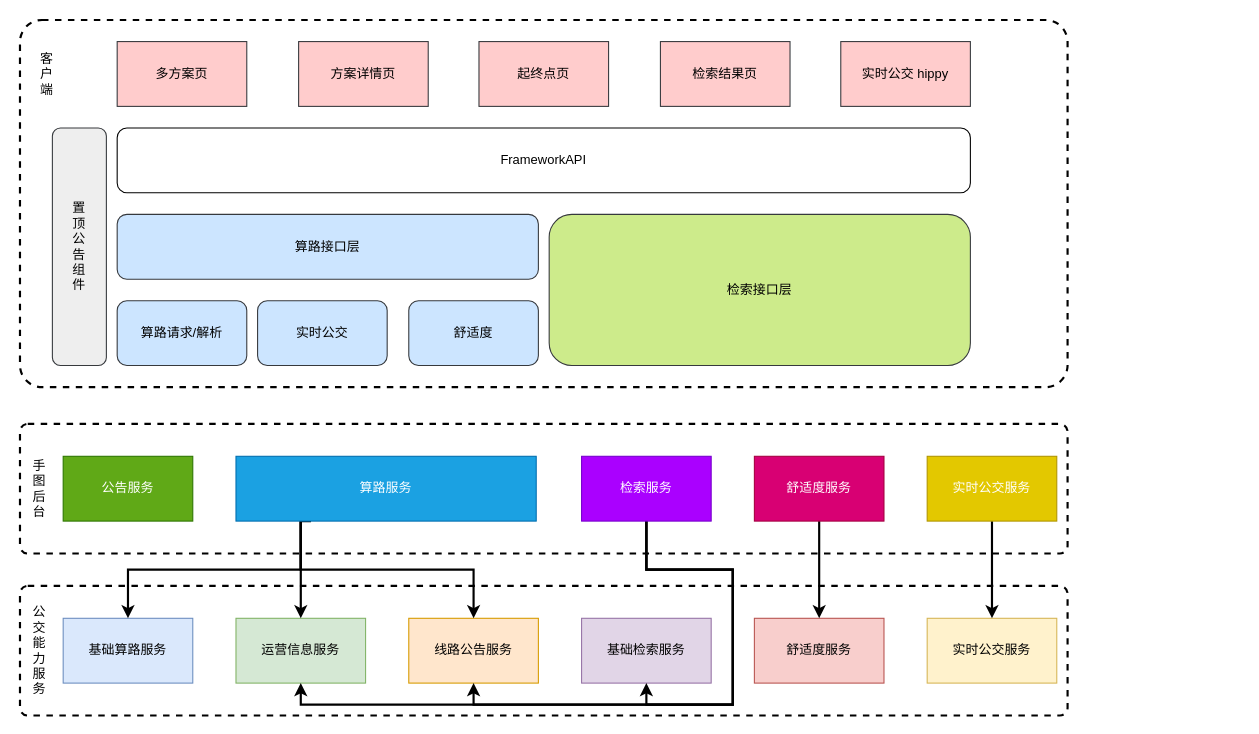
Above: page "算路动态数据框架" (4 of 7) of SD-routeCalculate.drawio in wangziji/graphics (draw.io), before the change. Source tidied: cells renumbered, new cells numbered last; positions are measured from the earlier drawing's top-left corner, leaving out a move shared by most shapes. Both pictures are drawn from the tidied source at 108%, with x=0, y=0 at pixel (19, 19).
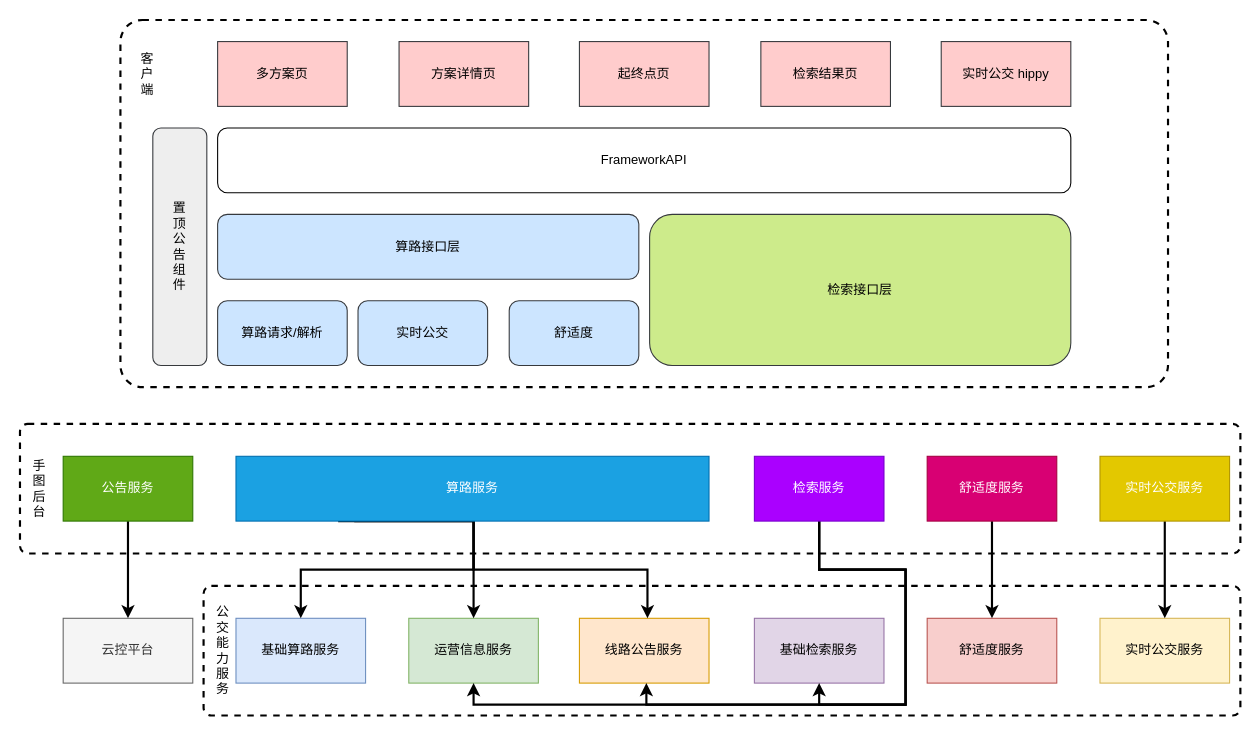
The same diagram, later.

The change refers to these unchanged cells:
```xml
<mxCell id="39" value="公告服务" style="rounded=0;whiteSpace=wrap;html=1;fillColor=#60a917;strokeColor=#2D7600;fontColor=#ffffff;" parent="1" vertex="1">
  <mxGeometry x="40" y="404" width="120" height="60" as="geometry" />
</mxCell>
```

What changed in the source:
```diff
@@
     <mxCell id="2" style="rounded=1;whiteSpace=wrap;html=1;strokeWidth=2;fillColor=none;dashed=1;arcSize=6;" parent="1" vertex="1">
-      <mxGeometry width="970" height="340" as="geometry" />
+      <mxGeometry x="93" width="970" height="340" as="geometry" />
     </mxCell>
     <mxCell id="3" style="rounded=1;whiteSpace=wrap;html=1;strokeWidth=2;fillColor=none;dashed=1;arcSize=6;" parent="1" vertex="1">
-      <mxGeometry y="374" width="970" height="120" as="geometry" />
+      <mxGeometry y="374" width="1130" height="120" as="geometry" />
     </mxCell>
     <mxCell id="4" style="rounded=1;whiteSpace=wrap;html=1;strokeWidth=2;fillColor=none;dashed=1;arcSize=6;" parent="1" vertex="1">
-      <mxGeometry y="524" width="970" height="120" as="geometry" />
+      <mxGeometry x="170" y="524" width="960" height="120" as="geometry" />
     </mxCell>
     <mxCell id="5" value="基础算路服务" style="rounded=0;whiteSpace=wrap;html=1;strokeWidth=1;fillColor=#dae8fc;strokeColor=#6c8ebf;" parent="1" vertex="1">
-      <mxGeometry x="40" y="554" width="120" height="60" as="geometry" />
+      <mxGeometry x="200" y="554" width="120" height="60" as="geometry" />
     </mxCell>
     <mxCell id="6" value="运营信息服务" style="rounded=0;whiteSpace=wrap;html=1;strokeWidth=1;fillColor=#d5e8d4;strokeColor=#82b366;" parent="1" vertex="1">
-      <mxGeometry x="200" y="554" width="120" height="60" as="geometry" />
+      <mxGeometry x="360" y="554" width="120" height="60" as="geometry" />
     </mxCell>
     <mxCell id="7" value="线路公告服务" style="rounded=0;whiteSpace=wrap;html=1;strokeWidth=1;fillColor=#ffe6cc;strokeColor=#d79b00;" parent="1" vertex="1">
-      <mxGeometry x="360" y="554" width="120" height="60" as="geometry" />
+      <mxGeometry x="518" y="554" width="120" height="60" as="geometry" />
     </mxCell>
     <mxCell id="8" value="实时公交服务" style="rounded=0;whiteSpace=wrap;html=1;strokeWidth=1;fillColor=#fff2cc;strokeColor=#d6b656;" parent="1" vertex="1">
-      <mxGeometry x="840" y="554" width="120" height="60" as="geometry" />
+      <mxGeometry x="1000" y="554" width="120" height="60" as="geometry" />
     </mxCell>
     <mxCell id="9" value="舒适度服务" style="rounded=0;whiteSpace=wrap;html=1;strokeWidth=1;fillColor=#f8cecc;strokeColor=#b85450;" parent="1" vertex="1">
-      <mxGeometry x="680" y="554" width="120" height="60" as="geometry" />
+      <mxGeometry x="840" y="554" width="120" height="60" as="geometry" />
     </mxCell>
     <mxCell id="10" value="基础检索服务" style="rounded=0;whiteSpace=wrap;html=1;strokeWidth=1;fillColor=#e1d5e7;strokeColor=#9673a6;" parent="1" vertex="1">
-      <mxGeometry x="520" y="554" width="120" height="60" as="geometry" />
+      <mxGeometry x="680" y="554" width="120" height="60" as="geometry" />
     </mxCell>
     <mxCell id="11" value="公交能力服务" style="text;html=1;strokeColor=none;fillColor=none;align=left;verticalAlign=middle;whiteSpace=wrap;rounded=0;dashed=1;horizontal=1;direction=north;flipV=1;flipH=1;" parent="1" vertex="1">
-      <mxGeometry x="10" y="539" width="20" height="90" as="geometry" />
+      <mxGeometry x="180" y="539" width="20" height="90" as="geometry" />
     </mxCell>
     <mxCell id="12" style="edgeStyle=orthogonalEdgeStyle;rounded=0;jettySize=auto;html=1;exitX=0.25;exitY=1;exitDx=0;exitDy=0;entryX=0.5;entryY=0;entryDx=0;entryDy=0;strokeWidth=2;" parent="1" edge="1" source="15" target="5">
       <mxGeometry relative="1" as="geometry">
         <Array as="points">
-          <mxPoint x="260" y="464" />
+          <mxPoint x="420" y="464" />
+          <mxPoint x="420" y="509" />
           <mxPoint x="260" y="509" />
-          <mxPoint x="100" y="509" />
         </Array>
       </mxGeometry>
     </mxCell>
     <mxCell id="13" style="edgeStyle=orthogonalEdgeStyle;rounded=0;jettySize=auto;html=1;exitX=0.216;exitY=1;exitDx=0;exitDy=0;entryX=0.5;entryY=0;entryDx=0;entryDy=0;strokeWidth=2;exitPerimeter=0;" parent="1" edge="1" source="15" target="6">
-      <mxGeometry relative="1" as="geometry" />
+      <mxGeometry relative="1" as="geometry">
+        <Array as="points">
+          <mxPoint x="420" y="464" />
+        </Array>
+      </mxGeometry>
     </mxCell>
-    <mxCell id="14" style="edgeStyle=orthogonalEdgeStyle;rounded=0;jettySize=auto;html=1;exitX=0.215;exitY=0.978;exitDx=0;exitDy=0;entryX=0.5;entryY=0;entryDx=0;entryDy=0;strokeWidth=2;exitPerimeter=0;" parent="1" edge="1" source="15" target="7">
-      <mxGeometry relative="1" as="geometry" />
+    <mxCell id="14" style="edgeStyle=orthogonalEdgeStyle;rounded=0;orthogonalLoop=1;jettySize=auto;html=1;strokeWidth=2;" parent="1" edge="1">
+      <mxGeometry relative="1" as="geometry">
+        <mxPoint x="420" y="463" as="sourcePoint" />
+        <mxPoint x="581" y="554" as="targetPoint" />
+        <Array as="points">
+          <mxPoint x="420" y="509" />
+          <mxPoint x="581" y="509" />
+        </Array>
+      </mxGeometry>
     </mxCell>
     <mxCell id="15" value="算路服务" style="rounded=0;whiteSpace=wrap;html=1;strokeWidth=1;fillColor=#1ba1e2;strokeColor=#006EAF;fontColor=#ffffff;" parent="1" vertex="1">
-      <mxGeometry x="200" y="404" width="278" height="60" as="geometry" />
+      <mxGeometry x="200" y="404" width="438" height="60" as="geometry" />
     </mxCell>
@@
     <mxCell id="17" value="实时公交服务" style="rounded=0;whiteSpace=wrap;html=1;strokeWidth=1;fillColor=#e3c800;strokeColor=#B09500;fontColor=#ffffff;" parent="1" vertex="1">
-      <mxGeometry x="840" y="404" width="120" height="60" as="geometry" />
+      <mxGeometry x="1000" y="404" width="120" height="60" as="geometry" />
     </mxCell>
@@
     <mxCell id="19" value="舒适度服务" style="rounded=0;whiteSpace=wrap;html=1;strokeWidth=1;fillColor=#d80073;strokeColor=#A50040;fontColor=#ffffff;" parent="1" vertex="1">
-      <mxGeometry x="680" y="404" width="120" height="60" as="geometry" />
+      <mxGeometry x="840" y="404" width="120" height="60" as="geometry" />
     </mxCell>
     <mxCell id="20" style="edgeStyle=orthogonalEdgeStyle;rounded=0;jettySize=auto;html=1;entryX=0.5;entryY=1;entryDx=0;entryDy=0;strokeWidth=2;exitX=0.5;exitY=1;exitDx=0;exitDy=0;" parent="1" edge="1" source="23" target="6">
       <mxGeometry relative="1" as="geometry">
         <Array as="points">
-          <mxPoint x="580" y="509" />
-          <mxPoint x="660" y="509" />
-          <mxPoint x="660" y="634" />
-          <mxPoint x="260" y="634" />
+          <mxPoint x="740" y="509" />
+          <mxPoint x="820" y="509" />
+          <mxPoint x="820" y="634" />
+          <mxPoint x="420" y="634" />
         </Array>
       </mxGeometry>
     </mxCell>
-    <mxCell id="21" style="edgeStyle=orthogonalEdgeStyle;rounded=0;jettySize=auto;html=1;exitX=0.5;exitY=1;exitDx=0;exitDy=0;entryX=0.5;entryY=1;entryDx=0;entryDy=0;strokeWidth=2;" parent="1" edge="1" source="23" target="10">
+    <mxCell id="21" style="edgeStyle=orthogonalEdgeStyle;rounded=0;jettySize=auto;html=1;exitX=0.5;exitY=1;exitDx=0;exitDy=0;entryX=0.5;entryY=1;entryDx=0;entryDy=0;strokeWidth=2;" parent="1" edge="1" source="23">
       <mxGeometry relative="1" as="geometry">
+        <mxPoint x="740" y="614" as="targetPoint" />
         <Array as="points">
-          <mxPoint x="580" y="509" />
-          <mxPoint x="660" y="509" />
-          <mxPoint x="660" y="634" />
-          <mxPoint x="580" y="634" />
+          <mxPoint x="740" y="509" />
+          <mxPoint x="820" y="509" />
+          <mxPoint x="820" y="634" />
+          <mxPoint x="740" y="634" />
         </Array>
       </mxGeometry>
     </mxCell>
-    <mxCell id="22" style="edgeStyle=orthogonalEdgeStyle;rounded=0;jettySize=auto;html=1;exitX=0.5;exitY=1;exitDx=0;exitDy=0;entryX=0.5;entryY=1;entryDx=0;entryDy=0;strokeWidth=2;" parent="1" edge="1" source="23" target="7">
+    <mxCell id="22" style="edgeStyle=orthogonalEdgeStyle;rounded=0;jettySize=auto;html=1;exitX=0.5;exitY=1;exitDx=0;exitDy=0;entryX=0.5;entryY=1;entryDx=0;entryDy=0;strokeWidth=2;" parent="1" edge="1" source="23">
       <mxGeometry relative="1" as="geometry">
+        <mxPoint x="580" y="614" as="targetPoint" />
         <Array as="points">
-          <mxPoint x="580" y="509" />
-          <mxPoint x="660" y="509" />
-          <mxPoint x="660" y="634" />
-          <mxPoint x="420" y="634" />
+          <mxPoint x="740" y="509" />
+          <mxPoint x="820" y="509" />
+          <mxPoint x="820" y="634" />
+          <mxPoint x="580" y="634" />
         </Array>
       </mxGeometry>
     </mxCell>
     <mxCell id="23" value="检索服务" style="rounded=0;whiteSpace=wrap;html=1;strokeWidth=1;fillColor=#aa00ff;strokeColor=#7700CC;fontColor=#ffffff;" parent="1" vertex="1">
-      <mxGeometry x="520" y="404" width="120" height="60" as="geometry" />
+      <mxGeometry x="680" y="404" width="120" height="60" as="geometry" />
     </mxCell>
@@
     <mxCell id="25" value="多方案页" style="rounded=0;whiteSpace=wrap;html=1;strokeWidth=1;fillColor=#ffcccc;strokeColor=#36393d;" parent="1" vertex="1">
-      <mxGeometry x="90" y="20" width="120" height="60" as="geometry" />
+      <mxGeometry x="183" y="20" width="120" height="60" as="geometry" />
     </mxCell>
     <mxCell id="26" value="方案详情页" style="rounded=0;whiteSpace=wrap;html=1;strokeWidth=1;fillColor=#ffcccc;strokeColor=#36393d;" parent="1" vertex="1">
-      <mxGeometry x="258" y="20" width="120" height="60" as="geometry" />
+      <mxGeometry x="351" y="20" width="120" height="60" as="geometry" />
     </mxCell>
     <mxCell id="27" value="检索结果页" style="rounded=0;whiteSpace=wrap;html=1;strokeWidth=1;fillColor=#ffcccc;strokeColor=#36393d;" parent="1" vertex="1">
-      <mxGeometry x="593" y="20" width="120" height="60" as="geometry" />
+      <mxGeometry x="686" y="20" width="120" height="60" as="geometry" />
     </mxCell>
     <mxCell id="28" value="FrameworkAPI" style="rounded=1;whiteSpace=wrap;html=1;strokeWidth=1;fillColor=#ffffff;" parent="1" vertex="1">
-      <mxGeometry x="90" y="100" width="790" height="60" as="geometry" />
+      <mxGeometry x="183" y="100" width="790" height="60" as="geometry" />
     </mxCell>
     <mxCell id="29" value="算路请求/解析" style="rounded=1;whiteSpace=wrap;html=1;strokeWidth=1;fillColor=#cce5ff;strokeColor=#36393d;" parent="1" vertex="1">
-      <mxGeometry x="90" y="260" width="120" height="60" as="geometry" />
+      <mxGeometry x="183" y="260" width="120" height="60" as="geometry" />
     </mxCell>
     <mxCell id="30" value="实时公交" style="rounded=1;whiteSpace=wrap;html=1;strokeWidth=1;fillColor=#cce5ff;strokeColor=#36393d;" parent="1" vertex="1">
-      <mxGeometry x="220" y="260" width="120" height="60" as="geometry" />
+      <mxGeometry x="313" y="260" width="120" height="60" as="geometry" />
     </mxCell>
     <mxCell id="31" value="舒适度" style="rounded=1;whiteSpace=wrap;html=1;strokeWidth=1;fillColor=#cce5ff;strokeColor=#36393d;" parent="1" vertex="1">
-      <mxGeometry x="360" y="260" width="120" height="60" as="geometry" />
+      <mxGeometry x="453" y="260" width="120" height="60" as="geometry" />
     </mxCell>
     <mxCell id="32" value="算路接口层" style="rounded=1;whiteSpace=wrap;html=1;strokeWidth=1;fillColor=#cce5ff;strokeColor=#36393d;" parent="1" vertex="1">
-      <mxGeometry x="90" y="180" width="390" height="60" as="geometry" />
+      <mxGeometry x="183" y="180" width="390" height="60" as="geometry" />
     </mxCell>
     <mxCell id="33" value="检索接口层" style="rounded=1;whiteSpace=wrap;html=1;strokeWidth=1;fillColor=#cdeb8b;strokeColor=#36393d;" parent="1" vertex="1">
-      <mxGeometry x="490" y="180" width="390" height="140" as="geometry" />
+      <mxGeometry x="583" y="180" width="390" height="140" as="geometry" />
     </mxCell>
     <mxCell id="34" style="rounded=1;whiteSpace=wrap;html=1;strokeWidth=1;fillColor=#eeeeee;horizontal=1;strokeColor=#36393d;" parent="1" vertex="1">
-      <mxGeometry x="30" y="100" width="50" height="220" as="geometry" />
+      <mxGeometry x="123" y="100" width="50" height="220" as="geometry" />
     </mxCell>
     <mxCell id="35" value="置顶公告组件" style="text;html=1;strokeColor=none;fillColor=none;align=center;verticalAlign=middle;whiteSpace=wrap;rounded=0;" parent="1" vertex="1">
-      <mxGeometry x="45" y="125" width="20" height="170" as="geometry" />
+      <mxGeometry x="138" y="125" width="20" height="170" as="geometry" />
     </mxCell>
     <mxCell id="36" value="起终点页" style="rounded=0;whiteSpace=wrap;html=1;strokeWidth=1;fillColor=#ffcccc;strokeColor=#36393d;" parent="1" vertex="1">
-      <mxGeometry x="425" y="20" width="120" height="60" as="geometry" />
+      <mxGeometry x="518" y="20" width="120" height="60" as="geometry" />
     </mxCell>
     <mxCell id="37" value="实时公交 hippy" style="rounded=0;whiteSpace=wrap;html=1;strokeWidth=1;fillColor=#ffcccc;strokeColor=#36393d;" parent="1" vertex="1">
-      <mxGeometry x="760" y="20" width="120" height="60" as="geometry" />
+      <mxGeometry x="853" y="20" width="120" height="60" as="geometry" />
     </mxCell>
     <mxCell id="38" value="客户端" style="text;html=1;strokeColor=none;fillColor=none;align=center;verticalAlign=middle;whiteSpace=wrap;rounded=0;dashed=1;" parent="1" vertex="1">
-      <mxGeometry x="20" width="10" height="100" as="geometry" />
+      <mxGeometry x="113" width="10" height="100" as="geometry" />
     </mxCell>
+    <mxCell id="40" style="edgeStyle=orthogonalEdgeStyle;rounded=0;jettySize=auto;html=1;exitX=0.5;exitY=1;exitDx=0;exitDy=0;entryX=0.5;entryY=0;entryDx=0;entryDy=0;strokeWidth=2;" parent="1" edge="1" source="39" target="41">
+      <mxGeometry relative="1" as="geometry" />
+    </mxCell>
@@
+    <mxCell id="41" value="云控平台" style="rounded=0;whiteSpace=wrap;html=1;strokeWidth=1;fillColor=#f5f5f5;strokeColor=#666666;fontColor=#333333;" parent="1" vertex="1">
+      <mxGeometry x="40" y="554" width="120" height="60" as="geometry" />
+    </mxCell>
```
